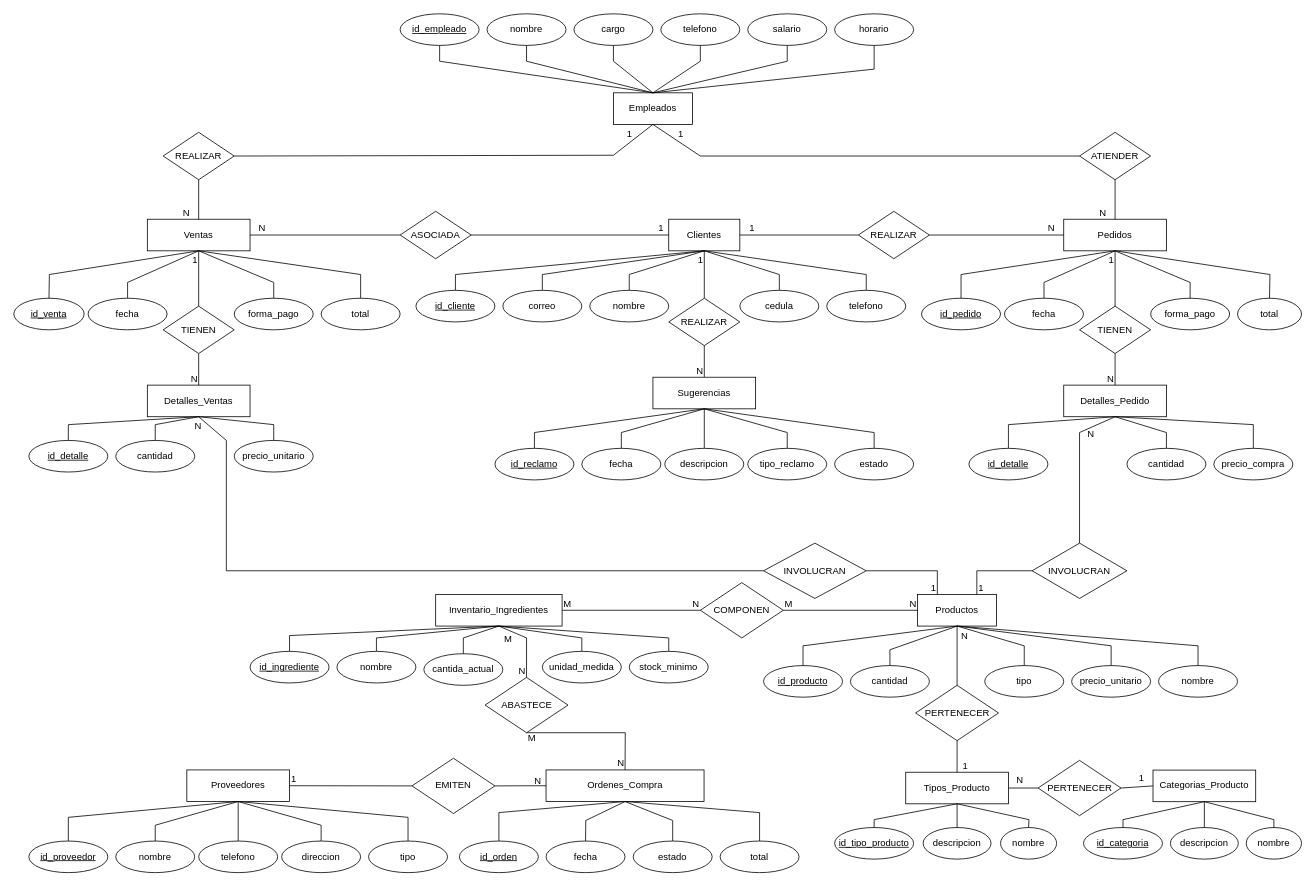
The draw.io diagram Diagrama sin título.drawio in ByronCOR/ESTRUDATOS, before the edit. Source tidied: cells renumbered, new cells numbered last; positions are measured from the earlier drawing's top-left corner, leaving out a move shared by most shapes. Both pictures are drawn from the tidied source at 79%, with x=0, y=0 at pixel (13, 13).
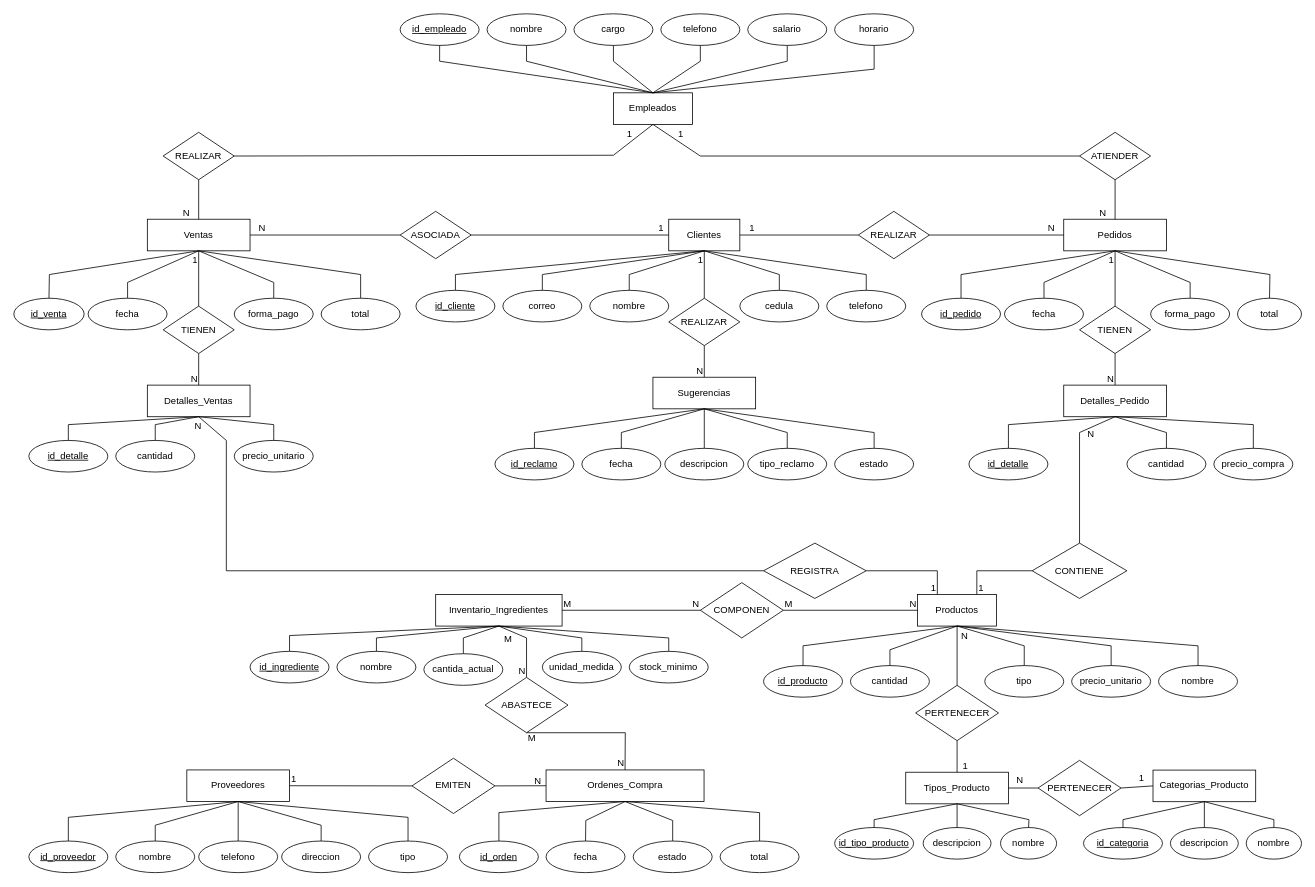
After the change.

Change to the diagram source:
```diff
@@
-    <mxCell id="125" value="INVOLUCRAN" style="shape=rhombus;perimeter=rhombusPerimeter;whiteSpace=wrap;html=1;align=center;" parent="1" vertex="1">
+    <mxCell id="125" value="REGISTRA" style="shape=rhombus;perimeter=rhombusPerimeter;whiteSpace=wrap;html=1;align=center;" parent="1" vertex="1">
       <mxGeometry x="949" y="670" width="130" height="70" as="geometry" />
     </mxCell>
-    <mxCell id="126" value="INVOLUCRAN" style="shape=rhombus;perimeter=rhombusPerimeter;whiteSpace=wrap;html=1;align=center;" parent="1" vertex="1">
+    <mxCell id="126" value="CONTIENE" style="shape=rhombus;perimeter=rhombusPerimeter;whiteSpace=wrap;html=1;align=center;" parent="1" vertex="1">
       <mxGeometry x="1289" y="670" width="120" height="70" as="geometry" />
     </mxCell>
```
